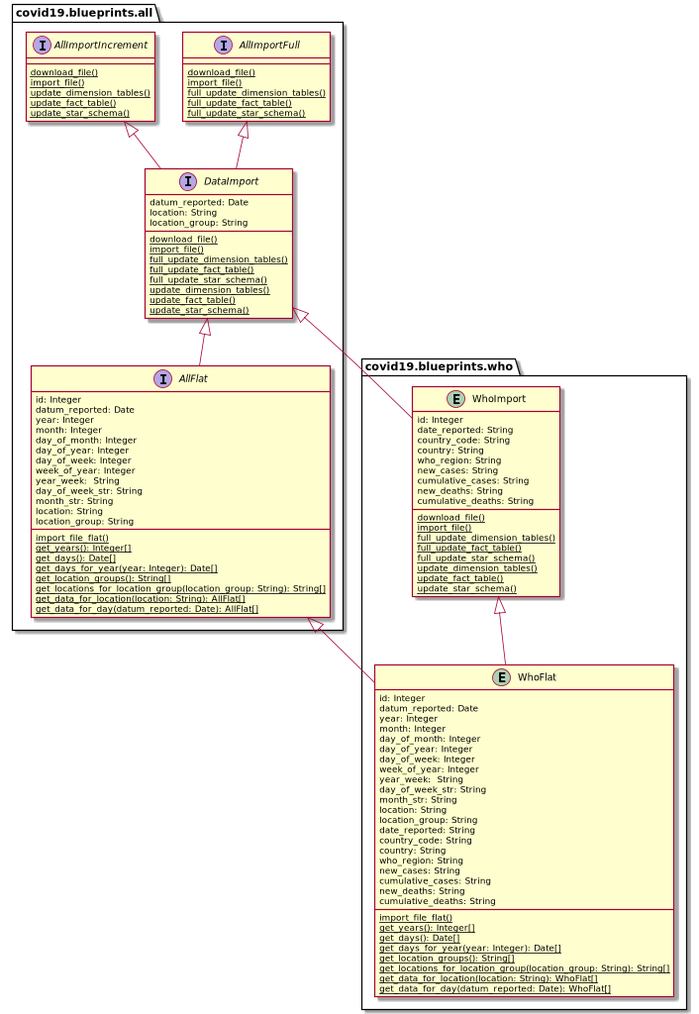
Before: docs/uml/data_who/who_domain_model_import.png, a diagram exported from PlantUML (thomaswoehlke/flask_covid19). Its diagram source:
```plantuml
@startuml

package covid19.blueprints.all {

	interface AllImportFull {
		{classifier} download_file()
		{classifier} import_file()
		{classifier} full_update_dimension_tables()
		{classifier} full_update_fact_table()
		{classifier} full_update_star_schema()
	}

	interface AllImportIncrement {
		{classifier} download_file()
		{classifier} import_file()
		{classifier} update_dimension_tables()
		{classifier} update_fact_table()
		{classifier} update_star_schema()
	}

	interface DataImport {
	    datum_reported: Date
		location: String
		location_group: String
		{classifier} download_file()
		{classifier} import_file()
		{classifier} full_update_dimension_tables()
		{classifier} full_update_fact_table()
		{classifier} full_update_star_schema()
		{classifier} update_dimension_tables()
		{classifier} update_fact_table()
		{classifier} update_star_schema()
	}

	interface AllFlat {
	    id: Integer
	    datum_reported: Date
	    year: Integer
	    month: Integer
	    day_of_month: Integer
		day_of_year: Integer
	    day_of_week: Integer
	    week_of_year: Integer
	    year_week:  String
	    day_of_week_str: String
		month_str: String
		location: String
		location_group: String
		{classifier} import_file_flat()
		{classifier} get_years(): Integer[]
		{classifier} get_days(): Date[]
		{classifier} get_days_for_year(year: Integer): Date[]
		{classifier} get_location_groups(): String[]
		{classifier} get_locations_for_location_group(location_group: String): String[]
		{classifier} get_data_for_location(location: String): AllFlat[]
		{classifier} get_data_for_day(datum_reported: Date): AllFlat[]
	}
}

package covid19.blueprints.who {

	entity WhoImport {
	    id: Integer
	    date_reported: String
	    country_code: String
	    country: String
	    who_region: String
	    new_cases: String
	    cumulative_cases: String
	    new_deaths: String
	    cumulative_deaths: String
		{classifier} download_file()
		{classifier} import_file()
		{classifier} full_update_dimension_tables()
		{classifier} full_update_fact_table()
		{classifier} full_update_star_schema()
		{classifier} update_dimension_tables()
		{classifier} update_fact_table()
		{classifier} update_star_schema()
	}

	entity WhoFlat {
	    id: Integer
	    datum_reported: Date
	    year: Integer
	    month: Integer
	    day_of_month: Integer
		day_of_year: Integer
	    day_of_week: Integer
	    week_of_year: Integer
	    year_week:  String
	    day_of_week_str: String
		month_str: String
		location: String
		location_group: String
	    date_reported: String
	    country_code: String
	    country: String
	    who_region: String
	    new_cases: String
	    cumulative_cases: String
	    new_deaths: String
	    cumulative_deaths: String
		{classifier} import_file_flat()
		{classifier} get_years(): Integer[]
		{classifier} get_days(): Date[]
		{classifier} get_days_for_year(year: Integer): Date[]
		{classifier} get_location_groups(): String[]
		{classifier} get_locations_for_location_group(location_group: String): String[]
		{classifier} get_data_for_location(location: String): WhoFlat[]
		{classifier} get_data_for_day(datum_reported: Date): WhoFlat[]
	}

}
AllImportFull <|-- DataImport
AllImportIncrement <|-- DataImport
DataImport <|-- AllFlat
DataImport <|-- WhoImport
AllFlat <|-- WhoFlat
WhoImport <|-- WhoFlat
@enduml
```
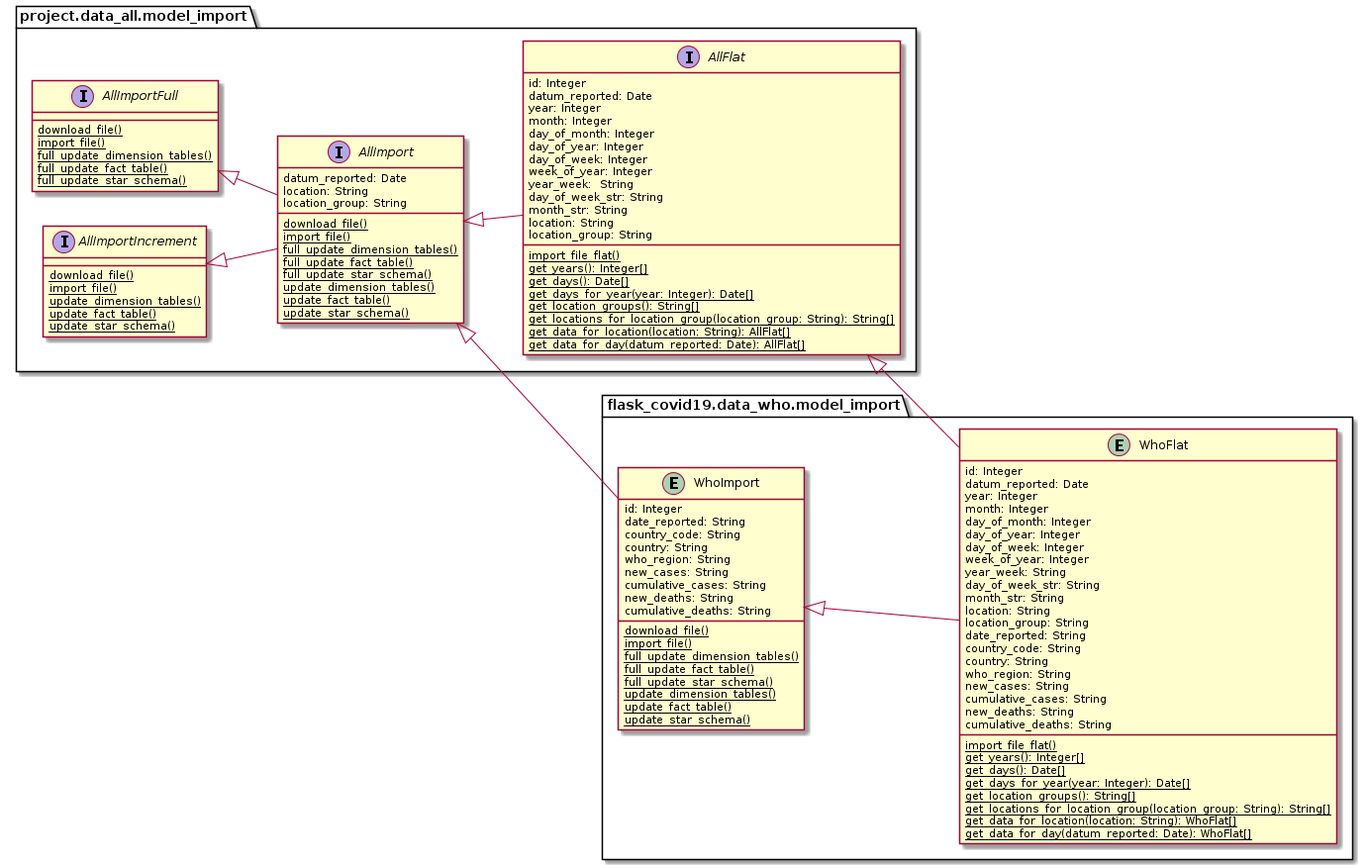
The same file after the commit.

What changed in the source:
```diff
@@ -1,6 +1,7 @@
 @startuml
+left to right direction
 
-package covid19.blueprints.all {
+package project.data_all.model_import {
 
 	interface AllImportFull {
 		{classifier} download_file()
@@ -18,7 +19,7 @@
 		{classifier} update_star_schema()
 	}
 
-	interface DataImport {
+	interface AllImport {
 	    datum_reported: Date
 		location: String
 		location_group: String
@@ -57,7 +58,7 @@
 	}
 }
 
-package covid19.blueprints.who {
+package flask_covid19.data_who.model_import {
 
 	entity WhoImport {
 	    id: Integer
@@ -88,7 +89,7 @@
 		day_of_year: Integer
 	    day_of_week: Integer
 	    week_of_year: Integer
-	    year_week:  String
+	    year_week: String
 	    day_of_week_str: String
 		month_str: String
 		location: String
@@ -112,10 +113,14 @@
 	}
 
 }
-AllImportFull <|-- DataImport
-AllImportIncrement <|-- DataImport
-DataImport <|-- AllFlat
-DataImport <|-- WhoImport
+
+AllImportFull <|-- AllImport
+AllImportIncrement <|-- AllImport
+AllImport <|-- AllFlat
+
+AllImport <|-- WhoImport
 AllFlat <|-- WhoFlat
+
 WhoImport <|-- WhoFlat
+
 @enduml
```
